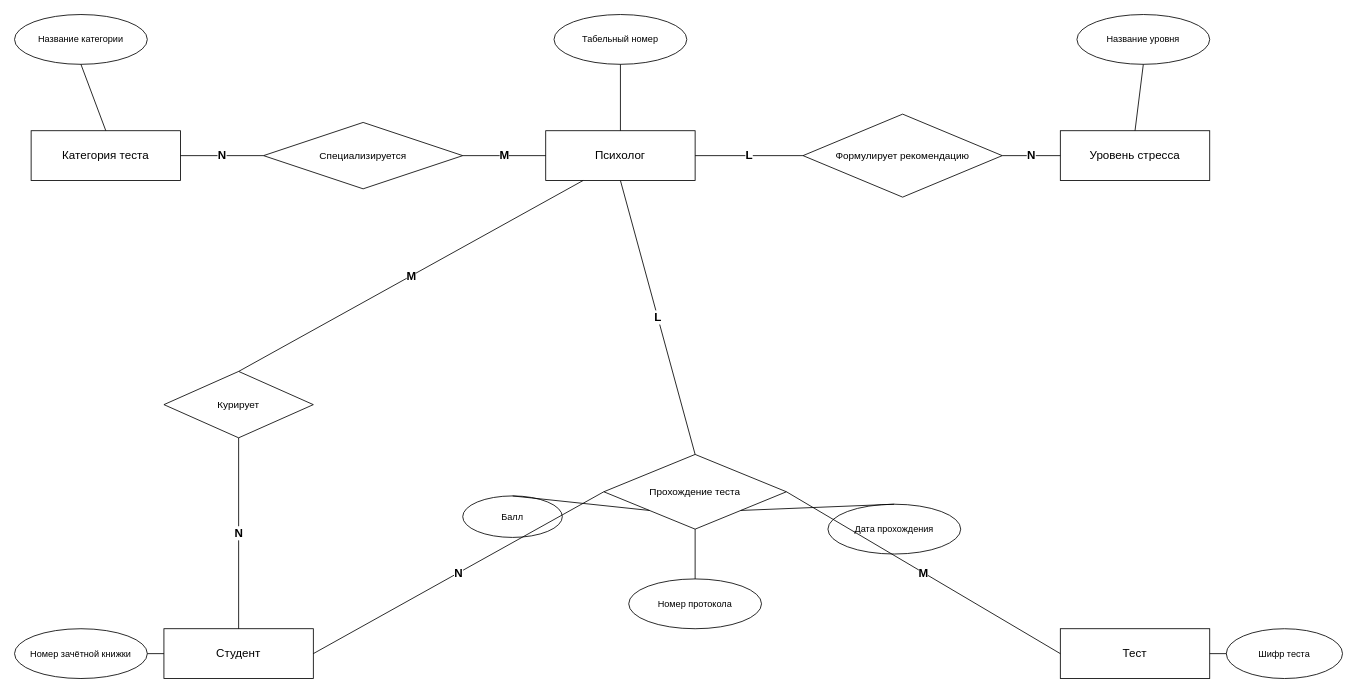
Earlier version of the draw.io diagram diagrams/conceptual.drawio (imaO0O/mental-health). Source tidied: cells renumbered, new cells numbered last; positions are measured from the earlier drawing's top-left corner, leaving out a move shared by most shapes. Both pictures are drawn from the tidied source at 83%, with x=0, y=0 at pixel (14, 14).
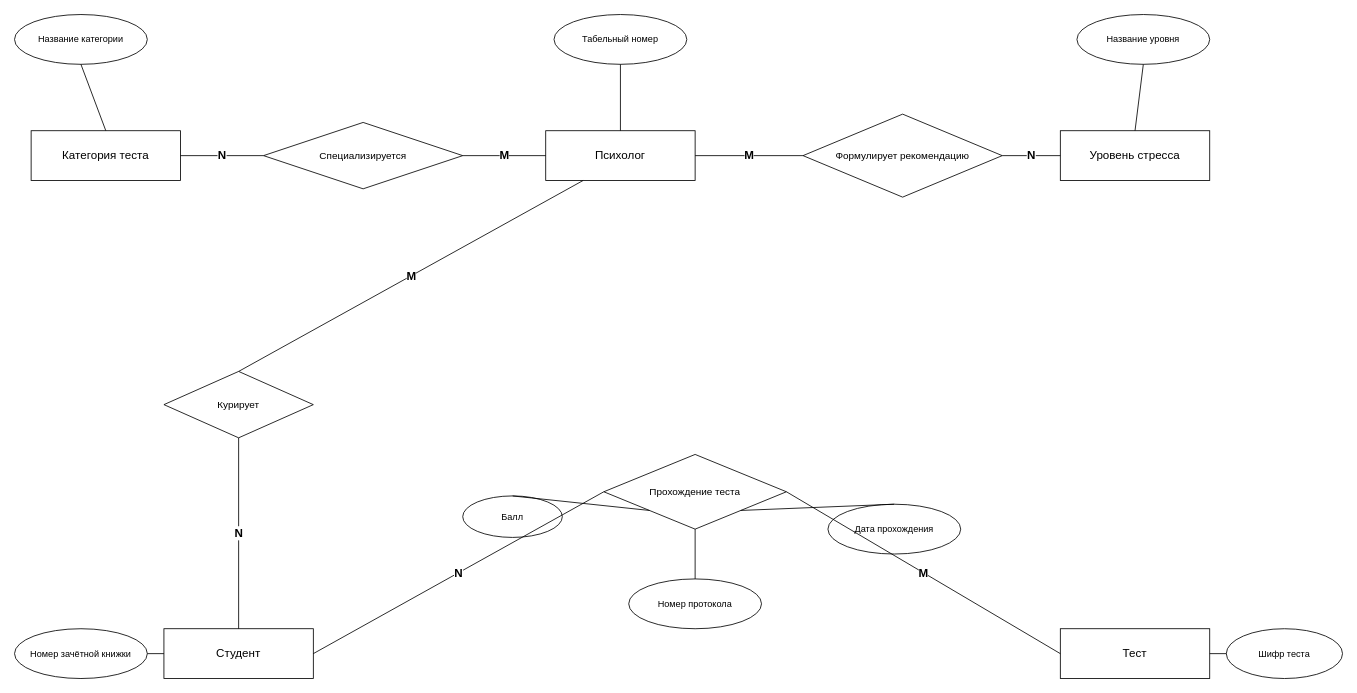
After the change.

The change refers to these unchanged cells:
```xml
<mxCell id="3" value="Психолог" style="rounded=0;whiteSpace=wrap;html=1;fillColor=#ffffff;strokeColor=#000000;fontSize=14;fontStyle=0;" parent="1" vertex="1">
  <mxGeometry x="640" y="140" width="180" height="60" as="geometry" />
</mxCell>
<mxCell id="8" value="Формулирует рекомендацию" style="rhombus;whiteSpace=wrap;html=1;fillColor=#ffffff;strokeColor=#000000;fontSize=12;" parent="1" vertex="1">
  <mxGeometry x="950" y="120" width="240" height="100" as="geometry" />
</mxCell>
<mxCell id="10" value="Прохождение теста" style="rhombus;whiteSpace=wrap;html=1;fillColor=#ffffff;strokeColor=#000000;fontSize=12;" parent="1" vertex="1">
  <mxGeometry x="710" y="530" width="220" height="90" as="geometry" />
</mxCell>
```

What changed in the source:
```diff
@@
-    <mxCell id="26" value="L" style="endArrow=none;html=1;rounded=0;exitX=1;exitY=0.5;entryX=0;entryY=0.5;fontSize=14;fontStyle=1;" parent="1" edge="1" source="3" target="8">
+    <mxCell id="26" value="M" style="endArrow=none;html=1;rounded=0;exitX=1;exitY=0.5;entryX=0;entryY=0.5;fontSize=14;fontStyle=1;" parent="1" edge="1" source="3" target="8">
       <mxGeometry relative="1" as="geometry" />
     </mxCell>
@@
-    <mxCell id="31" value="L" style="endArrow=none;html=1;rounded=0;exitX=0.5;exitY=0;entryX=0.5;entryY=1;fontSize=14;fontStyle=1;" parent="1" edge="1" source="10" target="3">
-      <mxGeometry relative="1" as="geometry" />
-    </mxCell>
```
